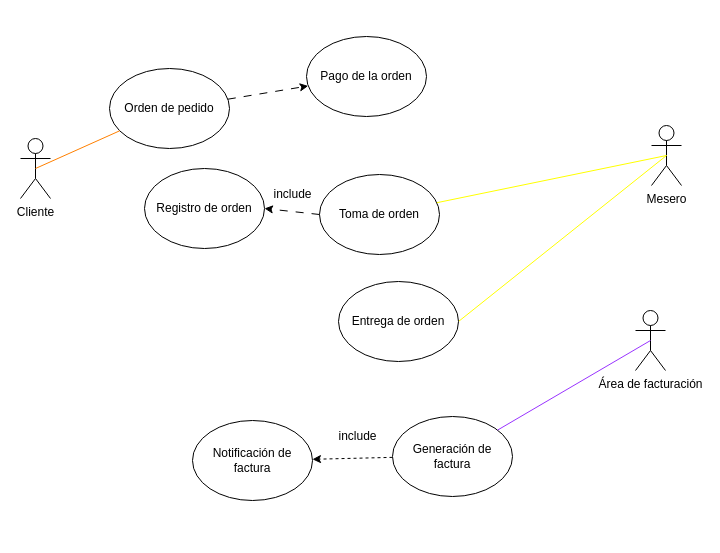
Before: page "CasosDeUso" (1 of 3) of Proyecto/Avance1/Avance1.drawio in Edu-Ram/Requerimientos, a draw.io diagram. Source tidied: cells renumbered, new cells numbered last; positions are measured from the earlier drawing's top-left corner, leaving out a move shared by most shapes. Both pictures are drawn from the tidied source at 100%, with x=0, y=0 at pixel (20, 19).
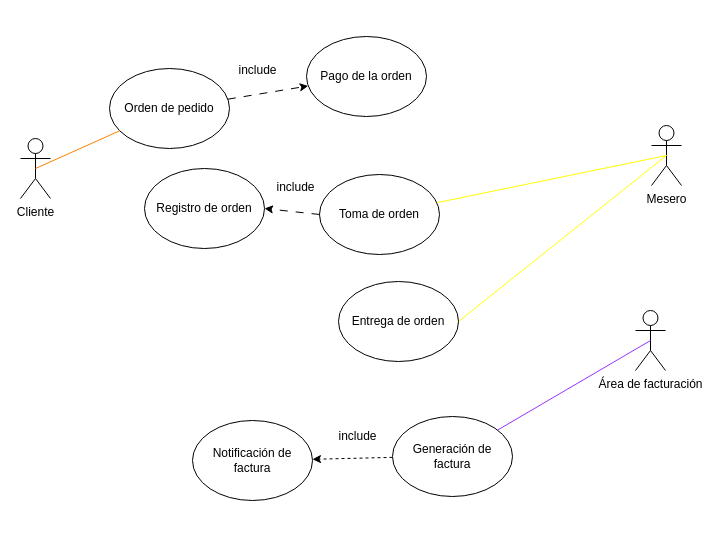
The same diagram, later.

What changed in the source:
```diff
@@
     <mxCell id="19" value="include" style="text;html=1;align=center;verticalAlign=middle;strokeColor=none;fillColor=none;" parent="1" vertex="1">
-      <mxGeometry x="244" y="162" width="55" height="26" as="geometry" />
+      <mxGeometry x="209" y="38" width="55" height="26" as="geometry" />
     </mxCell>
@@
+    <mxCell id="22" value="include" style="text;html=1;align=center;verticalAlign=middle;strokeColor=none;fillColor=none;" parent="1" vertex="1">
+      <mxGeometry x="247" y="155" width="55" height="26" as="geometry" />
+    </mxCell>
```
